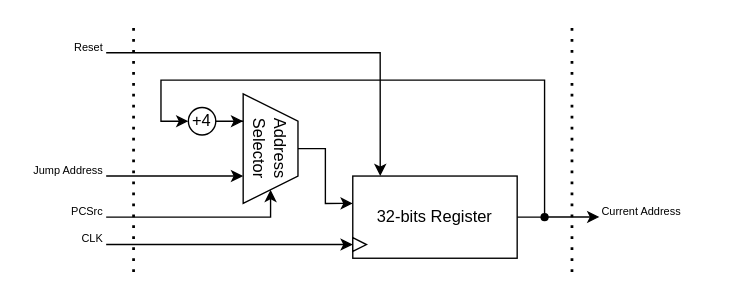
Above: page "Program Counter" (2 of 9) of docs/imgs/hardware_design/Component.drawio in WachirawichN/C0-CPU (draw.io), before the change. Source tidied: cells renumbered, new cells numbered last; positions are measured from the earlier drawing's top-left corner, leaving out a move shared by most shapes. Both pictures are drawn from the tidied source at 137%, with x=0, y=0 at pixel (23, 25).
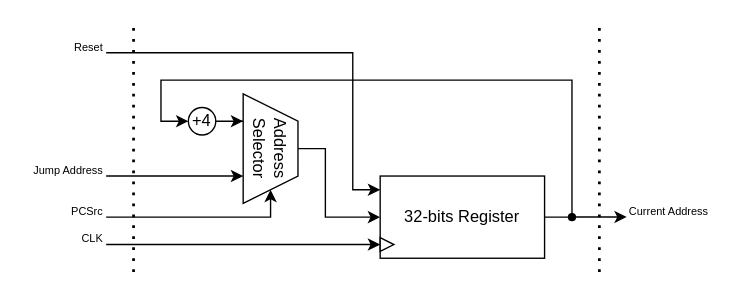
After the change.

Commit message (it also covers changes not shown here):
Remove duplicate interstage register descriptions.

Almost finish the entire processor diagram.

The change refers to these unchanged cells:
```xml
<mxCell id="5" value="Address Selector" style="shape=trapezoid;perimeter=trapezoidPerimeter;whiteSpace=wrap;html=1;shapeInside=1;fixedSize=1;rotation=90;" parent="1" vertex="1">
  <mxGeometry x="140" y="70" width="80" height="40" as="geometry" />
</mxCell>
<mxCell id="8" value="+4" style="ellipse;whiteSpace=wrap;html=1;shapeInside=1;" parent="1" vertex="1">
  <mxGeometry x="120" y="60" width="20" height="20" as="geometry" />
</mxCell>
```

Change to the diagram source:
```diff
@@
     <mxCell id="2" style="edgeStyle=orthogonalEdgeStyle;rounded=0;jettySize=auto;html=1;entryX=0;entryY=0.5;entryDx=0;entryDy=0;exitX=1;exitY=0.5;exitDx=0;exitDy=0;" parent="1" edge="1" source="3" target="8">
       <mxGeometry relative="1" as="geometry">
         <Array as="points">
-          <mxPoint x="380" y="140" />
-          <mxPoint x="380" y="40" />
+          <mxPoint x="400" y="140" />
+          <mxPoint x="400" y="40" />
           <mxPoint x="100" y="40" />
           <mxPoint x="100" y="70" />
         </Array>
       </mxGeometry>
     </mxCell>
-    <mxCell id="3" value="32-bits Register" style="rounded=0;whiteSpace=wrap;html=1;" parent="1" vertex="1">
-      <mxGeometry x="240" y="110" width="120" height="60" as="geometry" />
-    </mxCell>
-    <mxCell id="4" style="triangle;whiteSpace=wrap;html=1;shapeInside=1;" parent="1" vertex="1">
-      <mxGeometry x="240" y="155" width="10" height="10" as="geometry" />
-    </mxCell>
@@
-    <mxCell id="6" style="edgeStyle=orthogonalEdgeStyle;rounded=0;jettySize=auto;html=1;entryX=0;entryY=0.333;entryDx=0;entryDy=0;entryPerimeter=0;" parent="1" edge="1" source="5" target="3">
-      <mxGeometry relative="1" as="geometry" />
+    <mxCell id="6" style="edgeStyle=orthogonalEdgeStyle;rounded=0;jettySize=auto;html=1;exitX=0.5;exitY=0;exitDx=0;exitDy=0;entryX=0;entryY=0.5;entryDx=0;entryDy=0;" parent="1" edge="1" source="5" target="3">
+      <mxGeometry relative="1" as="geometry">
+        <Array as="points">
+          <mxPoint x="220" y="90" />
+          <mxPoint x="220" y="140" />
+        </Array>
+      </mxGeometry>
     </mxCell>
@@
     <mxCell id="13" style="endArrow=none;dashed=1;html=1;dashPattern=1 3;strokeWidth=2;rounded=0;" parent="1" edge="1">
       <mxGeometry relative="1" as="geometry">
-        <mxPoint x="400" y="180" as="sourcePoint" />
-        <mxPoint x="400" as="targetPoint" />
+        <mxPoint x="420" y="180" as="sourcePoint" />
+        <mxPoint x="420" as="targetPoint" />
       </mxGeometry>
     </mxCell>
     <mxCell id="14" style="endArrow=classic;html=1;rounded=0;" parent="1" edge="1">
       <mxGeometry relative="1" as="geometry">
-        <mxPoint x="380" y="139.9" as="sourcePoint" />
-        <mxPoint x="420" y="139.9" as="targetPoint" />
+        <mxPoint x="400" y="139.9" as="sourcePoint" />
+        <mxPoint x="440" y="139.9" as="targetPoint" />
       </mxGeometry>
     </mxCell>
     <mxCell id="15" style="shape=waypoint;sketch=0;fillStyle=solid;size=6;fillColor=none;perimeter=centerPerimeter;" parent="1" vertex="1">
-      <mxGeometry x="370" y="130" width="20" height="20" as="geometry" />
+      <mxGeometry x="390" y="130" width="20" height="20" as="geometry" />
     </mxCell>
@@
     <mxCell id="19" value="&lt;font style=&quot;font-size: 8px;&quot;&gt;Current Address&lt;/font&gt;" style="text;html=1;whiteSpace=wrap;strokeColor=none;fillColor=none;align=left;verticalAlign=middle;rounded=0;" parent="1" vertex="1">
-      <mxGeometry x="420" y="130" width="60" height="10" as="geometry" />
+      <mxGeometry x="440" y="130" width="60" height="10" as="geometry" />
     </mxCell>
-    <mxCell id="20" style="endArrow=classic;html=1;rounded=0;entryX=0.167;entryY=0;entryDx=0;entryDy=0;entryPerimeter=0;" parent="1" edge="1" target="3">
+    <mxCell id="20" style="endArrow=classic;html=1;rounded=0;entryX=0;entryY=0.167;entryDx=0;entryDy=0;entryPerimeter=0;" parent="1" edge="1" target="3">
       <mxGeometry relative="1" as="geometry">
         <mxPoint x="60" y="20" as="sourcePoint" />
         <Array as="points">
-          <mxPoint x="260" y="20" />
+          <mxPoint x="240" y="20" />
+          <mxPoint x="240" y="120" />
         </Array>
       </mxGeometry>
     </mxCell>
@@
+    <mxCell id="22" style="group;" parent="1" vertex="1">
+      <mxGeometry x="260" y="110" width="120" height="60" as="geometry" />
+    </mxCell>
+    <mxCell id="3" value="32-bits Register" style="rounded=0;whiteSpace=wrap;html=1;" parent="22" vertex="1">
+      <mxGeometry width="120" height="60" as="geometry" />
+    </mxCell>
+    <mxCell id="4" style="triangle;whiteSpace=wrap;html=1;shapeInside=1;" parent="22" vertex="1">
+      <mxGeometry y="45" width="10" height="10" as="geometry" />
+    </mxCell>
```
